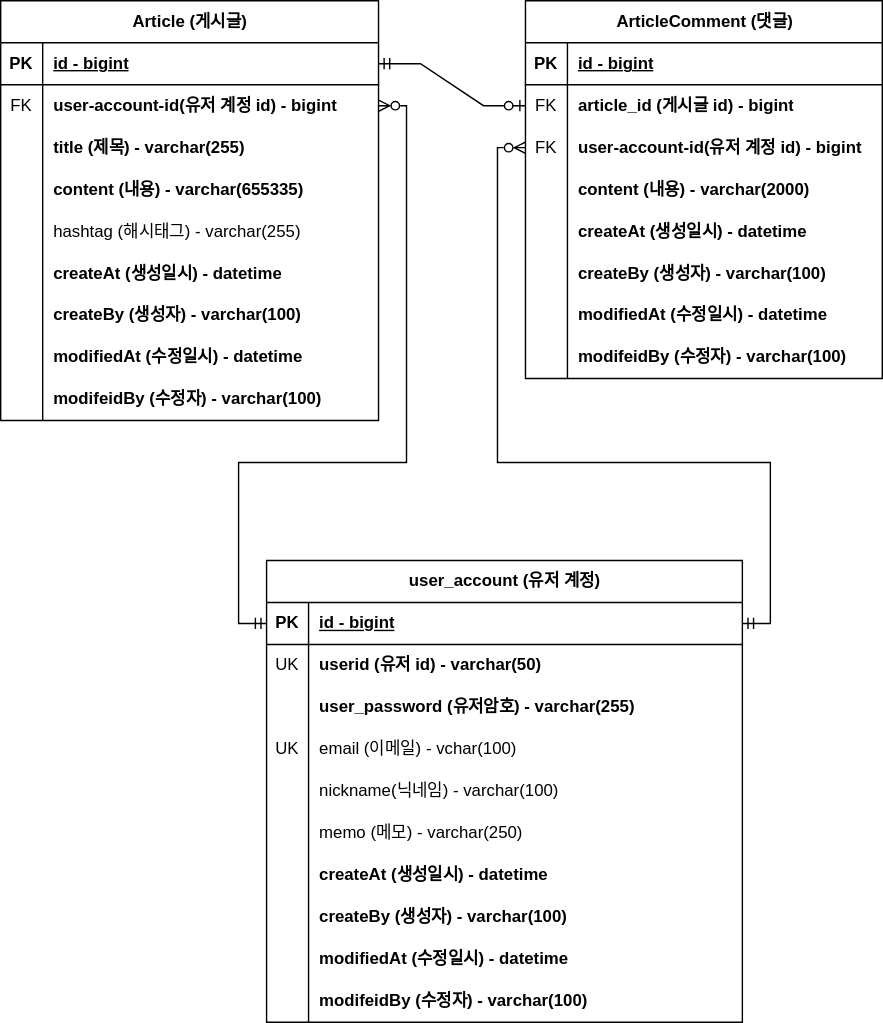
Earlier version of the draw.io export document/project-board-erd.drawio.svg (koy1208/fastcampus-project-board). Source tidied: cells renumbered, new cells last; positions are measured from the earlier drawing's top-left corner, leaving out a move shared by most shapes.
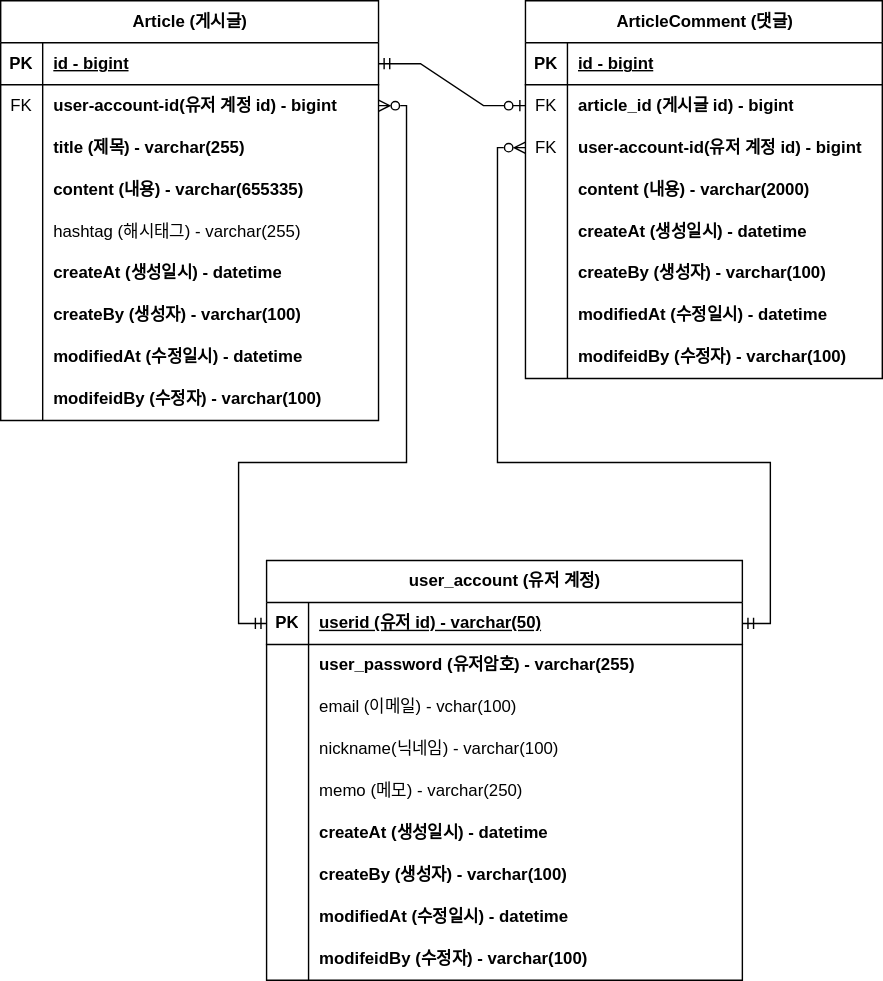
The same file after the commit.

Change to the diagram source:
```diff
@@ -165,7 +165,7 @@
       <mxGeometry x="30" width="225" height="30" as="geometry" />
     </mxCell>
     <mxCell id="56" value="user_account (유저 계정)" style="shape=table;startSize=30;rowLines=0;fontStyle=1;align=center;html=1;" parent="1" vertex="1">
-      <mxGeometry x="190" y="400" width="340" height="330" as="geometry" />
+      <mxGeometry x="190" y="400" width="340" height="300" as="geometry" />
     </mxCell>
     <mxCell id="57" style="shape=tableRow;horizontal=0;startSize=0;swimlaneHead=0;swimlaneBody=0;fillColor=none;points=[[0,0.5],[1,0.5]];portConstraint=eastwest;top=0;left=0;right=0;bottom=1;" parent="56" vertex="1">
       <mxGeometry y="30" width="340" height="30" as="geometry" />
@@ -173,20 +173,11 @@
     <mxCell id="58" value="PK" style="shape=partialRectangle;fillColor=none;top=0;left=0;bottom=0;right=0;fontStyle=1;overflow=hidden;whiteSpace=wrap;html=1;" parent="57" vertex="1">
       <mxGeometry width="30" height="30" as="geometry" />
     </mxCell>
-    <mxCell id="59" value="id - bigint" style="shape=partialRectangle;fillColor=none;top=0;left=0;bottom=0;right=0;align=left;spacingLeft=6;fontStyle=5;overflow=hidden;whiteSpace=wrap;html=1;" parent="57" vertex="1">
+    <mxCell id="59" value="userid (유저 id) - varchar(50)" style="shape=partialRectangle;fillColor=none;top=0;left=0;bottom=0;right=0;align=left;spacingLeft=6;fontStyle=5;overflow=hidden;whiteSpace=wrap;html=1;" parent="57" vertex="1">
       <mxGeometry x="30" width="310" height="30" as="geometry" />
     </mxCell>
-    <mxCell id="60" style="shape=tableRow;horizontal=0;startSize=0;swimlaneHead=0;swimlaneBody=0;fillColor=none;top=0;left=0;right=0;bottom=0;" parent="56" vertex="1">
-      <mxGeometry y="60" width="340" height="30" as="geometry" />
-    </mxCell>
-    <mxCell id="61" value="UK" style="shape=partialRectangle;fillColor=none;top=0;left=0;bottom=0;right=0;overflow=hidden;whiteSpace=wrap;html=1;" parent="60" vertex="1">
-      <mxGeometry width="30" height="30" as="geometry" />
-    </mxCell>
-    <mxCell id="62" value="userid (유저 id) - varchar(50)" style="shape=partialRectangle;fillColor=none;top=0;left=0;bottom=0;right=0;align=left;spacingLeft=6;overflow=hidden;whiteSpace=wrap;html=1;fontStyle=1;" parent="60" vertex="1">
-      <mxGeometry x="30" width="310" height="30" as="geometry" />
-    </mxCell>
     <mxCell id="63" style="shape=tableRow;horizontal=0;startSize=0;swimlaneHead=0;swimlaneBody=0;fillColor=none;top=0;left=0;right=0;bottom=0;" parent="56" vertex="1">
-      <mxGeometry y="90" width="340" height="30" as="geometry" />
+      <mxGeometry y="60" width="340" height="30" as="geometry" />
     </mxCell>
     <mxCell id="64" style="shape=partialRectangle;fillColor=none;top=0;left=0;bottom=0;right=0;overflow=hidden;whiteSpace=wrap;html=1;" parent="63" vertex="1">
       <mxGeometry width="30" height="30" as="geometry" />
@@ -195,16 +186,16 @@
       <mxGeometry x="30" width="310" height="30" as="geometry" />
     </mxCell>
     <mxCell id="66" style="shape=tableRow;horizontal=0;startSize=0;swimlaneHead=0;swimlaneBody=0;fillColor=none;top=0;left=0;right=0;bottom=0;" parent="56" vertex="1">
-      <mxGeometry y="120" width="340" height="30" as="geometry" />
+      <mxGeometry y="90" width="340" height="30" as="geometry" />
     </mxCell>
-    <mxCell id="67" value="UK" style="shape=partialRectangle;fillColor=none;top=0;left=0;bottom=0;right=0;overflow=hidden;whiteSpace=wrap;html=1;" parent="66" vertex="1">
+    <mxCell id="67" style="shape=partialRectangle;fillColor=none;top=0;left=0;bottom=0;right=0;overflow=hidden;whiteSpace=wrap;html=1;" parent="66" vertex="1">
       <mxGeometry width="30" height="30" as="geometry" />
     </mxCell>
     <mxCell id="68" value="&lt;span style=&quot;font-weight: normal;&quot;&gt;email (이메일) - vchar(100)&lt;/span&gt;" style="shape=partialRectangle;fillColor=none;top=0;left=0;bottom=0;right=0;align=left;spacingLeft=6;overflow=hidden;whiteSpace=wrap;html=1;fontStyle=1;" parent="66" vertex="1">
       <mxGeometry x="30" width="310" height="30" as="geometry" />
     </mxCell>
     <mxCell id="69" style="shape=tableRow;horizontal=0;startSize=0;swimlaneHead=0;swimlaneBody=0;fillColor=none;top=0;left=0;right=0;bottom=0;" parent="56" vertex="1">
-      <mxGeometry y="150" width="340" height="30" as="geometry" />
+      <mxGeometry y="120" width="340" height="30" as="geometry" />
     </mxCell>
     <mxCell id="70" style="shape=partialRectangle;fillColor=none;top=0;left=0;bottom=0;right=0;overflow=hidden;whiteSpace=wrap;html=1;" parent="69" vertex="1">
       <mxGeometry width="30" height="30" as="geometry" />
@@ -213,7 +204,7 @@
       <mxGeometry x="30" width="310" height="30" as="geometry" />
     </mxCell>
     <mxCell id="72" style="shape=tableRow;horizontal=0;startSize=0;swimlaneHead=0;swimlaneBody=0;fillColor=none;top=0;left=0;right=0;bottom=0;" parent="56" vertex="1">
-      <mxGeometry y="180" width="340" height="30" as="geometry" />
+      <mxGeometry y="150" width="340" height="30" as="geometry" />
     </mxCell>
     <mxCell id="73" style="shape=partialRectangle;fillColor=none;top=0;left=0;bottom=0;right=0;overflow=hidden;whiteSpace=wrap;html=1;" parent="72" vertex="1">
       <mxGeometry width="30" height="30" as="geometry" />
@@ -222,7 +213,7 @@
       <mxGeometry x="30" width="310" height="30" as="geometry" />
     </mxCell>
     <mxCell id="75" style="shape=tableRow;horizontal=0;startSize=0;swimlaneHead=0;swimlaneBody=0;fillColor=none;top=0;left=0;right=0;bottom=0;" parent="56" vertex="1">
-      <mxGeometry y="210" width="340" height="30" as="geometry" />
+      <mxGeometry y="180" width="340" height="30" as="geometry" />
     </mxCell>
     <mxCell id="76" style="shape=partialRectangle;fillColor=none;top=0;left=0;bottom=0;right=0;overflow=hidden;whiteSpace=wrap;html=1;" parent="75" vertex="1">
       <mxGeometry width="30" height="30" as="geometry" />
@@ -231,7 +222,7 @@
       <mxGeometry x="30" width="310" height="30" as="geometry" />
     </mxCell>
     <mxCell id="78" style="shape=tableRow;horizontal=0;startSize=0;swimlaneHead=0;swimlaneBody=0;fillColor=none;top=0;left=0;right=0;bottom=0;" parent="56" vertex="1">
-      <mxGeometry y="240" width="340" height="30" as="geometry" />
+      <mxGeometry y="210" width="340" height="30" as="geometry" />
     </mxCell>
     <mxCell id="79" style="shape=partialRectangle;fillColor=none;top=0;left=0;bottom=0;right=0;overflow=hidden;whiteSpace=wrap;html=1;" parent="78" vertex="1">
       <mxGeometry width="30" height="30" as="geometry" />
@@ -240,7 +231,7 @@
       <mxGeometry x="30" width="310" height="30" as="geometry" />
     </mxCell>
     <mxCell id="81" style="shape=tableRow;horizontal=0;startSize=0;swimlaneHead=0;swimlaneBody=0;fillColor=none;top=0;left=0;right=0;bottom=0;" parent="56" vertex="1">
-      <mxGeometry y="270" width="340" height="30" as="geometry" />
+      <mxGeometry y="240" width="340" height="30" as="geometry" />
     </mxCell>
     <mxCell id="82" style="shape=partialRectangle;fillColor=none;top=0;left=0;bottom=0;right=0;overflow=hidden;whiteSpace=wrap;html=1;" parent="81" vertex="1">
       <mxGeometry width="30" height="30" as="geometry" />
@@ -249,7 +240,7 @@
       <mxGeometry x="30" width="310" height="30" as="geometry" />
     </mxCell>
     <mxCell id="84" style="shape=tableRow;horizontal=0;startSize=0;swimlaneHead=0;swimlaneBody=0;fillColor=none;top=0;left=0;right=0;bottom=0;" parent="56" vertex="1">
-      <mxGeometry y="300" width="340" height="30" as="geometry" />
+      <mxGeometry y="270" width="340" height="30" as="geometry" />
     </mxCell>
     <mxCell id="85" style="shape=partialRectangle;fillColor=none;top=0;left=0;bottom=0;right=0;overflow=hidden;whiteSpace=wrap;html=1;" parent="84" vertex="1">
       <mxGeometry width="30" height="30" as="geometry" />
```
